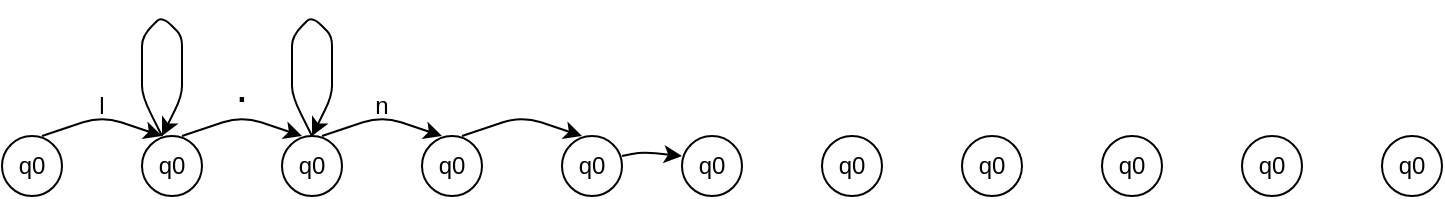
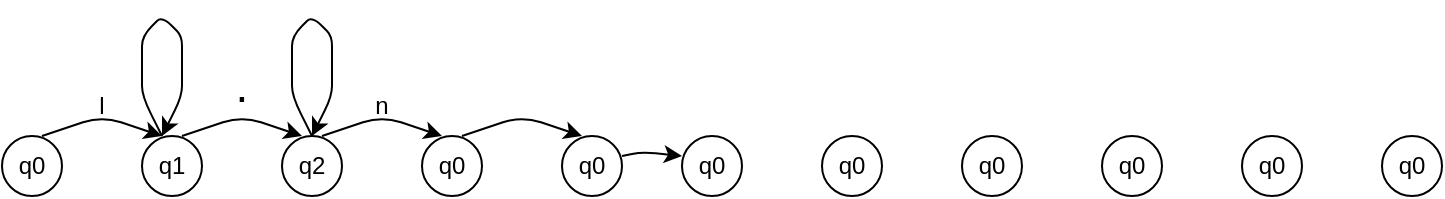
<mxfile host="65bd71144e">
    <diagram id="E2bClSslVXTbhC4pKWKp" name="Page-1">
-         <mxGraphModel dx="2977" dy="2439" grid="1" gridSize="10" guides="1" tooltips="1" connect="1" arrows="1" fold="1" page="1" pageScale="1" pageWidth="850" pageHeight="1100" math="0" shadow="0">
+         <mxGraphModel dx="3243" dy="2589" grid="1" gridSize="10" guides="1" tooltips="1" connect="1" arrows="1" fold="1" page="1" pageScale="1" pageWidth="850" pageHeight="1100" math="0" shadow="0">
            <root>
                <mxCell id="0"/>
                <mxCell id="1" parent="0"/>
-                 <mxCell id="2" value="q0" style="ellipse;whiteSpace=wrap;html=1;aspect=fixed;" vertex="1" parent="1">
+                 <mxCell id="2" value="q0" style="ellipse;whiteSpace=wrap;html=1;aspect=fixed;" parent="1" vertex="1">
                    <mxGeometry x="-2450" y="-1260" width="30" height="30" as="geometry"/>
                </mxCell>
-                 <mxCell id="3" value="" style="endArrow=classic;html=1;" edge="1" parent="1">
+                 <mxCell id="3" value="" style="endArrow=classic;html=1;" parent="1" edge="1">
                    <mxGeometry width="50" height="50" relative="1" as="geometry">
                        <mxPoint x="-2430" y="-1260" as="sourcePoint"/>
                        <mxPoint x="-2370" y="-1260" as="targetPoint"/>
                        <Array as="points">
                            <mxPoint x="-2400" y="-1270"/>
                        </Array>
                    </mxGeometry>
                </mxCell>
-                 <mxCell id="4" value="q0" style="ellipse;whiteSpace=wrap;html=1;aspect=fixed;" vertex="1" parent="1">
+                 <mxCell id="4" value="q1" style="ellipse;whiteSpace=wrap;html=1;aspect=fixed;" parent="1" vertex="1">
                    <mxGeometry x="-2380" y="-1260" width="30" height="30" as="geometry"/>
                </mxCell>
-                 <mxCell id="5" value="q0" style="ellipse;whiteSpace=wrap;html=1;aspect=fixed;" vertex="1" parent="1">
+                 <mxCell id="5" value="q2" style="ellipse;whiteSpace=wrap;html=1;aspect=fixed;" parent="1" vertex="1">
                    <mxGeometry x="-2310" y="-1260" width="30" height="30" as="geometry"/>
                </mxCell>
-                 <mxCell id="6" value="q0" style="ellipse;whiteSpace=wrap;html=1;aspect=fixed;" vertex="1" parent="1">
+                 <mxCell id="6" value="q0" style="ellipse;whiteSpace=wrap;html=1;aspect=fixed;" parent="1" vertex="1">
                    <mxGeometry x="-2240" y="-1260" width="30" height="30" as="geometry"/>
                </mxCell>
-                 <mxCell id="7" value="" style="endArrow=classic;html=1;" edge="1" parent="1">
+                 <mxCell id="7" value="" style="endArrow=classic;html=1;" parent="1" edge="1">
                    <mxGeometry width="50" height="50" relative="1" as="geometry">
                        <mxPoint x="-2360" y="-1260" as="sourcePoint"/>
                        <mxPoint x="-2300" y="-1260" as="targetPoint"/>
                        <Array as="points">
                            <mxPoint x="-2330" y="-1270"/>
                        </Array>
                    </mxGeometry>
                </mxCell>
-                 <mxCell id="8" value="" style="endArrow=classic;html=1;" edge="1" parent="1">
+                 <mxCell id="8" value="" style="endArrow=classic;html=1;" parent="1" edge="1">
                    <mxGeometry width="50" height="50" relative="1" as="geometry">
                        <mxPoint x="-2290" y="-1260" as="sourcePoint"/>
                        <mxPoint x="-2230" y="-1260" as="targetPoint"/>
                        <Array as="points">
                            <mxPoint x="-2260" y="-1270"/>
                        </Array>
                    </mxGeometry>
                </mxCell>
-                 <mxCell id="9" value="" style="endArrow=classic;html=1;" edge="1" parent="1">
+                 <mxCell id="9" value="" style="endArrow=classic;html=1;" parent="1" edge="1">
                    <mxGeometry width="50" height="50" relative="1" as="geometry">
                        <mxPoint x="-2220" y="-1260" as="sourcePoint"/>
                        <mxPoint x="-2160" y="-1260" as="targetPoint"/>
                        <Array as="points">
                            <mxPoint x="-2190" y="-1270"/>
                        </Array>
                    </mxGeometry>
                </mxCell>
-                 <mxCell id="10" value="q0" style="ellipse;whiteSpace=wrap;html=1;aspect=fixed;" vertex="1" parent="1">
+                 <mxCell id="10" value="q0" style="ellipse;whiteSpace=wrap;html=1;aspect=fixed;" parent="1" vertex="1">
                    <mxGeometry x="-2170" y="-1260" width="30" height="30" as="geometry"/>
                </mxCell>
-                 <mxCell id="11" value="" style="endArrow=classic;html=1;" edge="1" parent="1">
+                 <mxCell id="11" value="" style="endArrow=classic;html=1;" parent="1" edge="1">
                    <mxGeometry width="50" height="50" relative="1" as="geometry">
                        <mxPoint x="-2370" y="-1260" as="sourcePoint"/>
                        <mxPoint x="-2370" y="-1260" as="targetPoint"/>
                        <Array as="points">
                            <mxPoint x="-2380" y="-1280"/>
                            <mxPoint x="-2380" y="-1290"/>
                            <mxPoint x="-2380" y="-1310"/>
                            <mxPoint x="-2370" y="-1320"/>
                            <mxPoint x="-2360" y="-1310"/>
                            <mxPoint x="-2360" y="-1300"/>
                            <mxPoint x="-2360" y="-1280"/>
                        </Array>
                    </mxGeometry>
                </mxCell>
-                 <mxCell id="12" value="" style="endArrow=classic;html=1;" edge="1" parent="1">
+                 <mxCell id="12" value="" style="endArrow=classic;html=1;" parent="1" edge="1">
                    <mxGeometry width="50" height="50" relative="1" as="geometry">
                        <mxPoint x="-2295" y="-1260" as="sourcePoint"/>
                        <mxPoint x="-2295" y="-1260" as="targetPoint"/>
                        <Array as="points">
                            <mxPoint x="-2305" y="-1280"/>
                            <mxPoint x="-2305" y="-1290"/>
                            <mxPoint x="-2305" y="-1310"/>
                            <mxPoint x="-2295" y="-1320"/>
                            <mxPoint x="-2285" y="-1310"/>
                            <mxPoint x="-2285" y="-1300"/>
                            <mxPoint x="-2285" y="-1280"/>
                        </Array>
                    </mxGeometry>
                </mxCell>
-                 <mxCell id="13" value="l" style="text;html=1;align=center;verticalAlign=middle;whiteSpace=wrap;rounded=0;" vertex="1" parent="1">
+                 <mxCell id="13" value="l" style="text;html=1;align=center;verticalAlign=middle;whiteSpace=wrap;rounded=0;" parent="1" vertex="1">
                    <mxGeometry x="-2430" y="-1290" width="60" height="30" as="geometry"/>
                </mxCell>
-                 <mxCell id="14" value="&lt;font style=&quot;font-size: 23px;&quot;&gt;.&lt;/font&gt;" style="text;html=1;align=center;verticalAlign=middle;whiteSpace=wrap;rounded=0;" vertex="1" parent="1">
+                 <mxCell id="14" value="&lt;font style=&quot;font-size: 23px;&quot;&gt;.&lt;/font&gt;" style="text;html=1;align=center;verticalAlign=middle;whiteSpace=wrap;rounded=0;" parent="1" vertex="1">
                    <mxGeometry x="-2360" y="-1300" width="60" height="30" as="geometry"/>
                </mxCell>
-                 <mxCell id="15" value="n" style="text;html=1;align=center;verticalAlign=middle;whiteSpace=wrap;rounded=0;" vertex="1" parent="1">
+                 <mxCell id="15" value="n" style="text;html=1;align=center;verticalAlign=middle;whiteSpace=wrap;rounded=0;" parent="1" vertex="1">
                    <mxGeometry x="-2290" y="-1290" width="60" height="30" as="geometry"/>
                </mxCell>
-                 <mxCell id="16" value="q0" style="ellipse;whiteSpace=wrap;html=1;aspect=fixed;" vertex="1" parent="1">
+                 <mxCell id="16" value="q0" style="ellipse;whiteSpace=wrap;html=1;aspect=fixed;" parent="1" vertex="1">
                    <mxGeometry x="-2110" y="-1260" width="30" height="30" as="geometry"/>
                </mxCell>
-                 <mxCell id="17" value="q0" style="ellipse;whiteSpace=wrap;html=1;aspect=fixed;" vertex="1" parent="1">
+                 <mxCell id="17" value="q0" style="ellipse;whiteSpace=wrap;html=1;aspect=fixed;" parent="1" vertex="1">
                    <mxGeometry x="-2040" y="-1260" width="30" height="30" as="geometry"/>
                </mxCell>
-                 <mxCell id="18" value="q0" style="ellipse;whiteSpace=wrap;html=1;aspect=fixed;" vertex="1" parent="1">
+                 <mxCell id="18" value="q0" style="ellipse;whiteSpace=wrap;html=1;aspect=fixed;" parent="1" vertex="1">
                    <mxGeometry x="-1970" y="-1260" width="30" height="30" as="geometry"/>
                </mxCell>
-                 <mxCell id="19" value="q0" style="ellipse;whiteSpace=wrap;html=1;aspect=fixed;" vertex="1" parent="1">
+                 <mxCell id="19" value="q0" style="ellipse;whiteSpace=wrap;html=1;aspect=fixed;" parent="1" vertex="1">
                    <mxGeometry x="-1900" y="-1260" width="30" height="30" as="geometry"/>
                </mxCell>
-                 <mxCell id="20" value="q0" style="ellipse;whiteSpace=wrap;html=1;aspect=fixed;" vertex="1" parent="1">
+                 <mxCell id="20" value="q0" style="ellipse;whiteSpace=wrap;html=1;aspect=fixed;" parent="1" vertex="1">
                    <mxGeometry x="-1830" y="-1260" width="30" height="30" as="geometry"/>
                </mxCell>
-                 <mxCell id="21" value="q0" style="ellipse;whiteSpace=wrap;html=1;aspect=fixed;" vertex="1" parent="1">
+                 <mxCell id="21" value="q0" style="ellipse;whiteSpace=wrap;html=1;aspect=fixed;" parent="1" vertex="1">
                    <mxGeometry x="-1760" y="-1260" width="30" height="30" as="geometry"/>
                </mxCell>
-                 <mxCell id="22" value="" style="endArrow=classic;html=1;entryX=0;entryY=0.333;entryDx=0;entryDy=0;entryPerimeter=0;" edge="1" parent="1" target="16">
+                 <mxCell id="22" value="" style="endArrow=classic;html=1;entryX=0;entryY=0.333;entryDx=0;entryDy=0;entryPerimeter=0;" parent="1" target="16" edge="1">
                    <mxGeometry width="50" height="50" relative="1" as="geometry">
                        <mxPoint x="-2140" y="-1250" as="sourcePoint"/>
                        <mxPoint x="-2090" y="-1300" as="targetPoint"/>
                        <Array as="points">
                            <mxPoint x="-2130" y="-1252"/>
                        </Array>
                    </mxGeometry>
                </mxCell>
            </root>
        </mxGraphModel>
    </diagram>
</mxfile>
